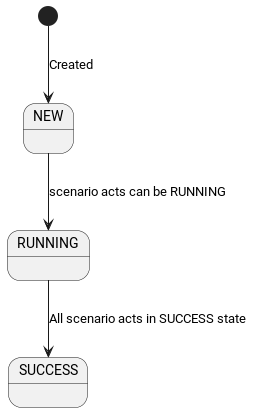
Above: lakehouse-scheduler-svc/doc/scheduling/schedule_state_model.png in zaytsevdmitry/lakehouse (PlantUML), before the change.
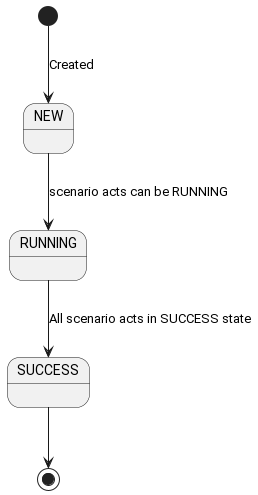
After the change.

What changed in the source:
```diff
@@ -2,4 +2,5 @@
 [*] --> NEW: Created
 NEW --> RUNNING: scenario acts can be RUNNING
 RUNNING --> SUCCESS: All scenario acts in SUCCESS state
+SUCCESS --> [*]
 @enduml
```
